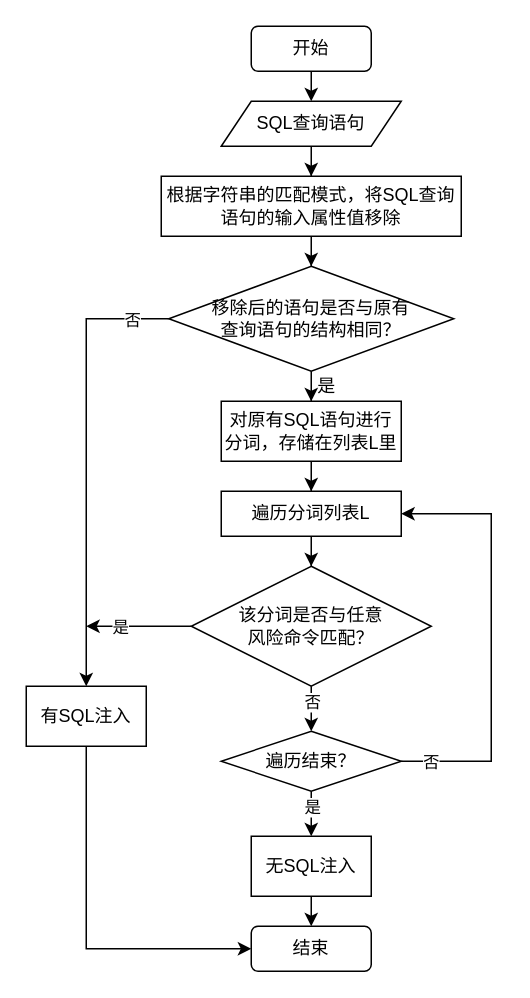
Before: information_security/SQLIA detection.drawio in hwm0726/drawioFile, a draw.io diagram. Source tidied: cells renumbered, new cells numbered last; positions are measured from the earlier drawing's top-left corner, leaving out a move shared by most shapes. Both pictures are drawn from the tidied source at 150%, with x=0, y=0 at pixel (26, 26).
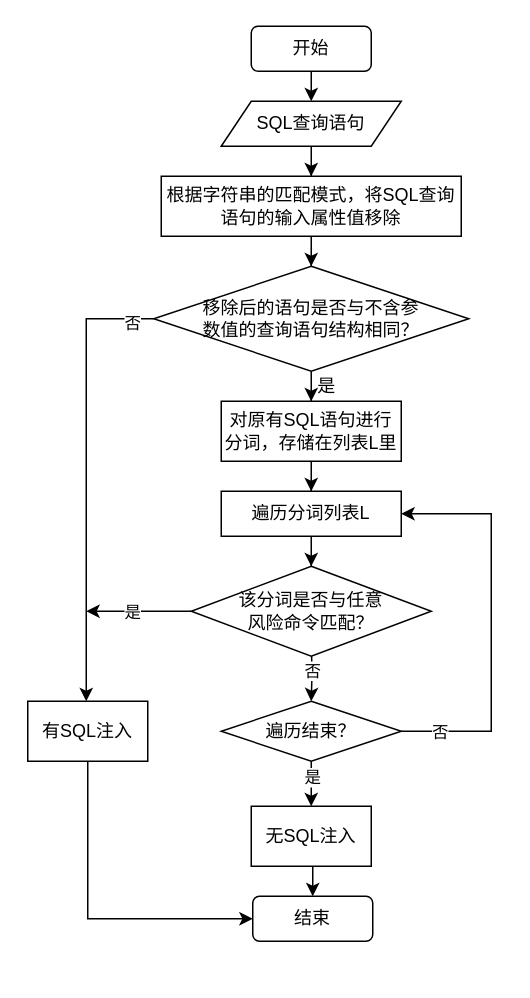
After the change.

Unchanged cells that the change refers to:
```xml
<mxCell id="8" style="edgeStyle=orthogonalEdgeStyle;rounded=0;jettySize=auto;html=1;" parent="1" edge="1" source="11" target="13">
  <mxGeometry relative="1" as="geometry">
    <Array as="points">
      <mxPoint x="40" y="195" />
    </Array>
  </mxGeometry>
</mxCell>
<mxCell id="17" value="遍历分词列表L" style="whiteSpace=wrap;html=1;" parent="1" vertex="1">
  <mxGeometry x="130" y="310" width="120" height="30" as="geometry" />
</mxCell>
```

What changed in the source:
```diff
@@
     <mxCell id="9" value="否" style="edgeLabel;html=1;align=center;verticalAlign=middle;" parent="8" vertex="1">
       <mxGeometry x="-0.58" y="-1" relative="1" as="geometry">
-        <mxPoint x="31" y="-8" as="offset" />
+        <mxPoint x="31" y="-16" as="offset" />
       </mxGeometry>
     </mxCell>
@@
-    <mxCell id="11" value="移除后的语句是否与原有&lt;br&gt;查询语句的结构相同？" style="rhombus;whiteSpace=wrap;html=1;" parent="1" vertex="1">
-      <mxGeometry x="95" y="160" width="190" height="70" as="geometry" />
+    <mxCell id="11" value="移除后的语句是否与不含参&lt;br&gt;数值的查询语句结构相同？" style="rhombus;whiteSpace=wrap;html=1;" parent="1" vertex="1">
+      <mxGeometry x="85" y="160" width="210" height="70" as="geometry" />
     </mxCell>
@@
     <mxCell id="13" value="有SQL注入" style="whiteSpace=wrap;html=1;" parent="1" vertex="1">
-      <mxGeometry y="440" width="80" height="40" as="geometry" />
+      <mxGeometry x="1" y="450" width="80" height="40" as="geometry" />
     </mxCell>
@@
     <mxCell id="18" style="edgeStyle=orthogonalEdgeStyle;rounded=0;jettySize=auto;html=1;exitX=0;exitY=0.5;exitDx=0;exitDy=0;" parent="1" edge="1" source="22">
       <mxGeometry relative="1" as="geometry">
-        <mxPoint x="40" y="400" as="targetPoint" />
+        <mxPoint x="40" y="390" as="targetPoint" />
       </mxGeometry>
     </mxCell>
     <mxCell id="19" value="是" style="edgeLabel;html=1;align=center;verticalAlign=middle;" parent="18" vertex="1">
       <mxGeometry x="-0.2" y="1" relative="1" as="geometry">
-        <mxPoint x="-20" y="-1" as="offset" />
+        <mxPoint x="-12" y="-1" as="offset" />
       </mxGeometry>
     </mxCell>
-    <mxCell id="20" style="edgeStyle=orthogonalEdgeStyle;rounded=0;jettySize=auto;html=1;" parent="1" edge="1" source="22" target="28">
-      <mxGeometry relative="1" as="geometry" />
+    <mxCell id="20" style="edgeStyle=orthogonalEdgeStyle;rounded=0;jettySize=auto;html=1;" parent="1" edge="1" target="28">
+      <mxGeometry relative="1" as="geometry">
+        <mxPoint x="190" y="410" as="sourcePoint" />
+      </mxGeometry>
     </mxCell>
     <mxCell id="21" value="否" style="edgeLabel;html=1;align=center;verticalAlign=middle;" parent="20" vertex="1">
       <mxGeometry x="-0.24" y="-1" relative="1" as="geometry">
-        <mxPoint x="1" y="-9" as="offset" />
+        <mxPoint x="1" y="4" as="offset" />
       </mxGeometry>
     </mxCell>
     <mxCell id="22" value="该分词是否与任意&lt;br&gt;风险命令匹配？" style="rhombus;whiteSpace=wrap;html=1;" parent="1" vertex="1">
-      <mxGeometry x="110" y="360" width="160" height="80" as="geometry" />
+      <mxGeometry x="110" y="360" width="160" height="60" as="geometry" />
     </mxCell>
@@
     <mxCell id="24" style="edgeStyle=orthogonalEdgeStyle;rounded=0;jettySize=auto;html=1;entryX=1;entryY=0.5;entryDx=0;entryDy=0;exitX=1;exitY=0.5;exitDx=0;exitDy=0;" parent="1" edge="1" source="28" target="17">
       <mxGeometry relative="1" as="geometry">
         <Array as="points">
-          <mxPoint x="310" y="490" />
+          <mxPoint x="310" y="470" />
           <mxPoint x="310" y="325" />
         </Array>
       </mxGeometry>
     </mxCell>
     <mxCell id="25" value="否" style="edgeLabel;html=1;align=center;verticalAlign=middle;" parent="24" vertex="1">
       <mxGeometry x="-0.71" y="-1" relative="1" as="geometry">
-        <mxPoint x="-22" y="-1" as="offset" />
+        <mxPoint x="-13" y="-1" as="offset" />
       </mxGeometry>
     </mxCell>
@@
     <mxCell id="28" value="遍历结束？" style="rhombus;whiteSpace=wrap;html=1;" parent="1" vertex="1">
-      <mxGeometry x="130" y="470" width="120" height="40" as="geometry" />
+      <mxGeometry x="130" y="450" width="120" height="40" as="geometry" />
     </mxCell>
     <mxCell id="29" value="结束" style="rounded=1;whiteSpace=wrap;html=1;" parent="1" vertex="1">
-      <mxGeometry x="150" y="600" width="80" height="30" as="geometry" />
+      <mxGeometry x="151" y="580" width="80" height="30" as="geometry" />
     </mxCell>
@@
     <mxCell id="31" value="无SQL注入" style="whiteSpace=wrap;html=1;" parent="1" vertex="1">
-      <mxGeometry x="150" y="540" width="80" height="40" as="geometry" />
+      <mxGeometry x="150" y="520" width="80" height="40" as="geometry" />
     </mxCell>
```
